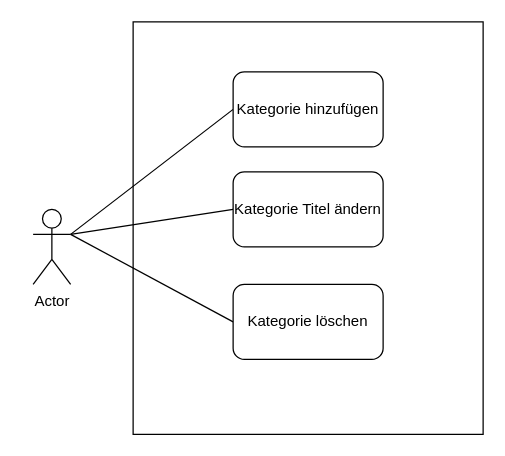
Earlier version of the draw.io diagram page "kat" (4 of 4) of UseCase/usecase.drawio (MindCollector-Softwareprojekt2021/MindCollector). Source tidied: cells renumbered, new cells numbered last; positions are measured from the earlier drawing's top-left corner, leaving out a move shared by most shapes. Both pictures are drawn from the tidied source at 125%, with x=0, y=0 at pixel (32, 21).
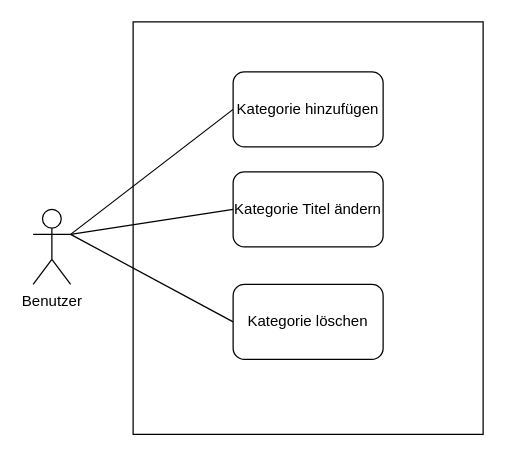
Above is the later version.

What changed in the source:
```diff
@@
 <mxGraphModel>
   <root>
     <mxCell id="0" />
     <mxCell id="1" parent="0" />
     <mxCell id="2" style="rounded=0;whiteSpace=wrap;html=1;" parent="1" vertex="1">
       <mxGeometry x="80" width="280" height="330" as="geometry" />
     </mxCell>
     <mxCell id="3" style="edgeStyle=none;rounded=0;jettySize=auto;html=1;exitX=1;exitY=0.3333333333333333;exitDx=0;exitDy=0;exitPerimeter=0;entryX=0;entryY=0.5;entryDx=0;entryDy=0;endArrow=none;endFill=0;" parent="1" edge="1" source="6" target="7">
       <mxGeometry relative="1" as="geometry" />
     </mxCell>
     <mxCell id="4" style="edgeStyle=none;rounded=0;jettySize=auto;html=1;exitX=1;exitY=0.3333333333333333;exitDx=0;exitDy=0;exitPerimeter=0;entryX=0;entryY=0.5;entryDx=0;entryDy=0;endArrow=none;endFill=0;" parent="1" edge="1" source="6" target="9">
       <mxGeometry relative="1" as="geometry" />
     </mxCell>
     <mxCell id="5" style="edgeStyle=none;rounded=0;jettySize=auto;html=1;exitX=1;exitY=0.3333333333333333;exitDx=0;exitDy=0;exitPerimeter=0;entryX=0;entryY=0.5;entryDx=0;entryDy=0;endArrow=none;endFill=0;" parent="1" edge="1" source="6" target="8">
       <mxGeometry relative="1" as="geometry" />
     </mxCell>
-    <mxCell id="6" value="Actor" style="shape=umlActor;verticalLabelPosition=bottom;verticalAlign=top;html=1;outlineConnect=0;" parent="1" vertex="1">
+    <mxCell id="6" value="Benutzer" style="shape=umlActor;verticalLabelPosition=bottom;verticalAlign=top;html=1;outlineConnect=0;" parent="1" vertex="1">
       <mxGeometry y="150" width="30" height="60" as="geometry" />
     </mxCell>
     <mxCell id="7" value="Kategorie hinzufügen" style="rounded=1;whiteSpace=wrap;html=1;" parent="1" vertex="1">
       <mxGeometry x="160" y="40" width="120" height="60" as="geometry" />
     </mxCell>
     <mxCell id="8" value="Kategorie löschen" style="rounded=1;whiteSpace=wrap;html=1;" parent="1" vertex="1">
       <mxGeometry x="160" y="210" width="120" height="60" as="geometry" />
     </mxCell>
     <mxCell id="9" value="Kategorie Titel ändern" style="rounded=1;whiteSpace=wrap;html=1;" parent="1" vertex="1">
       <mxGeometry x="160" y="120" width="120" height="60" as="geometry" />
     </mxCell>
   </root>
 </mxGraphModel>
```
